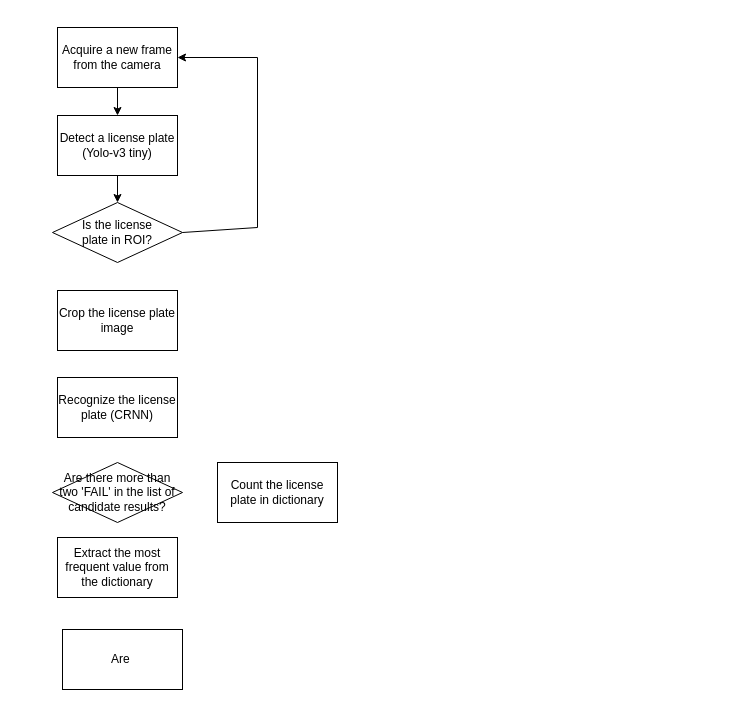
The draw.io diagram Untitled Diagram.drawio in angelkim88/just_test, before the edit. Source tidied: cells renumbered, new cells numbered last; positions are measured from the earlier drawing's top-left corner, leaving out a move shared by most shapes. Both pictures are drawn from the tidied source at 100%, with x=0, y=0 at pixel (52, 27).
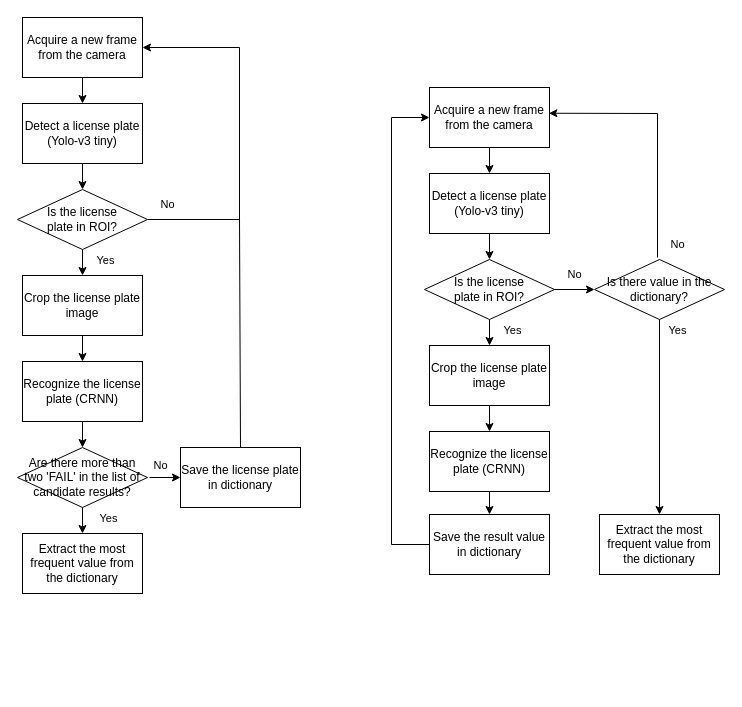
After the change.

What changed in the source:
```diff
@@
     <mxCell id="2" value="Acquire a new frame from the camera" style="rounded=0;whiteSpace=wrap;html=1;flipH=0;flipV=1;" parent="1" vertex="1">
-      <mxGeometry x="5" width="120" height="60" as="geometry" />
+      <mxGeometry x="-30" y="-10" width="120" height="60" as="geometry" />
     </mxCell>
     <mxCell id="3" value="Detect a license plate&lt;br&gt;(Yolo-v3 tiny)" style="rounded=0;whiteSpace=wrap;html=1;flipH=0;flipV=1;" parent="1" vertex="1">
-      <mxGeometry x="5" y="88" width="120" height="60" as="geometry" />
+      <mxGeometry x="-30" y="76" width="120" height="60" as="geometry" />
     </mxCell>
     <mxCell id="4" value="Is the license&lt;br&gt;plate in ROI?" style="rhombus;whiteSpace=wrap;html=1;flipH=0;flipV=1;" parent="1" vertex="1">
-      <mxGeometry y="175" width="130" height="60" as="geometry" />
+      <mxGeometry x="-35" y="162" width="130" height="60" as="geometry" />
     </mxCell>
     <mxCell id="5" value="Crop the license plate&lt;br&gt;image" style="rounded=0;whiteSpace=wrap;html=1;flipH=0;flipV=1;" parent="1" vertex="1">
-      <mxGeometry x="5" y="263" width="120" height="60" as="geometry" />
+      <mxGeometry x="-30" y="248" width="120" height="60" as="geometry" />
     </mxCell>
     <mxCell id="6" value="Recognize the license plate (CRNN)" style="rounded=0;whiteSpace=wrap;html=1;flipH=0;flipV=1;" parent="1" vertex="1">
-      <mxGeometry x="5" y="350" width="120" height="60" as="geometry" />
+      <mxGeometry x="-30" y="334" width="120" height="60" as="geometry" />
     </mxCell>
-    <mxCell id="7" style="endArrow=classic;html=1;rounded=0;fontSize=11;exitX=0.5;exitY=1;exitDx=0;exitDy=0;" parent="1" edge="1" source="2" target="3">
-      <mxGeometry relative="1" as="geometry" />
-    </mxCell>
-    <mxCell id="8" style="endArrow=classic;html=1;rounded=0;fontSize=11;entryX=0.5;entryY=0;entryDx=0;entryDy=0;" parent="1" edge="1" source="3" target="4">
-      <mxGeometry relative="1" as="geometry" />
-    </mxCell>
-    <mxCell id="9" style="endArrow=classic;html=1;rounded=0;fontSize=11;exitX=1;exitY=0.5;exitDx=0;exitDy=0;entryX=1;entryY=0.5;entryDx=0;entryDy=0;" parent="1" edge="1" source="4" target="2">
-      <mxGeometry relative="1" as="geometry">
-        <Array as="points">
-          <mxPoint x="205" y="200" />
-          <mxPoint x="205" y="30" />
-        </Array>
-      </mxGeometry>
-    </mxCell>
-    <mxCell id="10" value="Are&amp;nbsp;" style="rounded=0;whiteSpace=wrap;html=1;flipH=0;flipV=1;" parent="1" vertex="1">
-      <mxGeometry x="10" y="602" width="120" height="60" as="geometry" />
-    </mxCell>
-    <mxCell id="11" value="Are there more than two 'FAIL' in the list of candidate results?" style="rhombus;whiteSpace=wrap;html=1;flipH=0;flipV=1;" parent="1" vertex="1">
-      <mxGeometry y="435" width="130" height="60" as="geometry" />
+    <mxCell id="11" value="Are there more than two 'FAIL' in the list of candidate results?" style="rhombus;whiteSpace=wrap;html=1;flipH=1;flipV=1;" parent="1" vertex="1">
+      <mxGeometry x="-35" y="420" width="130" height="60" as="geometry" />
     </mxCell>
-    <mxCell id="12" value="Count the license plate in dictionary" style="rounded=0;whiteSpace=wrap;html=1;flipH=0;flipV=1;" parent="1" vertex="1">
-      <mxGeometry x="165" y="435" width="120" height="60" as="geometry" />
+    <mxCell id="12" value="Save the license plate in dictionary" style="rounded=0;whiteSpace=wrap;html=1;flipH=1;flipV=0;" parent="1" vertex="1">
+      <mxGeometry x="128" y="420" width="120" height="60" as="geometry" />
     </mxCell>
     <mxCell id="13" value="Extract the most frequent value from the dictionary" style="rounded=0;whiteSpace=wrap;html=1;flipH=0;flipV=1;" parent="1" vertex="1">
-      <mxGeometry x="5" y="510" width="120" height="60" as="geometry" />
+      <mxGeometry x="-30" y="506" width="120" height="60" as="geometry" />
     </mxCell>
+    <mxCell id="14" style="endArrow=none;html=1;rounded=0;fontSize=11;exitX=0.5;exitY=0;exitDx=0;exitDy=0;" parent="1" edge="1" source="12">
+      <mxGeometry relative="1" as="geometry">
+        <mxPoint x="187" y="190" as="targetPoint" />
+      </mxGeometry>
+    </mxCell>
+    <mxCell id="15" value="No" style="text;html=1;align=center;verticalAlign=middle;strokeColor=none;fillColor=none;fontSize=11;" parent="1" vertex="1">
+      <mxGeometry x="95" y="162" width="40" height="30" as="geometry" />
+    </mxCell>
+    <mxCell id="16" value="Yes" style="text;html=1;align=center;verticalAlign=middle;strokeColor=none;fillColor=none;fontSize=11;" parent="1" vertex="1">
+      <mxGeometry x="36" y="476" width="40" height="30" as="geometry" />
+    </mxCell>
+    <mxCell id="7" style="endArrow=classic;html=1;rounded=0;fontSize=11;exitX=0.5;exitY=1;exitDx=0;exitDy=0;" parent="1" edge="1" source="2" target="3">
+      <mxGeometry relative="1" as="geometry" />
+    </mxCell>
+    <mxCell id="8" style="endArrow=classic;html=1;rounded=0;fontSize=11;exitX=0.5;exitY=1;exitDx=0;exitDy=0;" parent="1" edge="1" source="3" target="4">
+      <mxGeometry relative="1" as="geometry" />
+    </mxCell>
+    <mxCell id="17" style="endArrow=classic;html=1;rounded=0;fontSize=11;exitX=0.5;exitY=1;exitDx=0;exitDy=0;" parent="1" edge="1" source="4" target="5">
+      <mxGeometry relative="1" as="geometry" />
+    </mxCell>
+    <mxCell id="18" style="endArrow=classic;html=1;rounded=0;fontSize=11;exitX=0.5;exitY=1;exitDx=0;exitDy=0;" parent="1" edge="1" source="5" target="6">
+      <mxGeometry relative="1" as="geometry" />
+    </mxCell>
+    <mxCell id="19" style="endArrow=classic;html=1;rounded=0;fontSize=11;exitX=0.5;exitY=1;exitDx=0;exitDy=0;" parent="1" edge="1" source="6" target="11">
+      <mxGeometry relative="1" as="geometry" />
+    </mxCell>
+    <mxCell id="20" style="endArrow=classic;html=1;rounded=0;fontSize=11;exitX=0.5;exitY=1;exitDx=0;exitDy=0;" parent="1" edge="1" source="11" target="13">
+      <mxGeometry relative="1" as="geometry" />
+    </mxCell>
+    <mxCell id="21" style="endArrow=classic;html=1;rounded=0;fontSize=11;entryX=0;entryY=0.5;entryDx=0;entryDy=0;" parent="1" edge="1" target="12">
+      <mxGeometry relative="1" as="geometry">
+        <mxPoint x="97" y="450" as="sourcePoint" />
+      </mxGeometry>
+    </mxCell>
+    <mxCell id="9" style="endArrow=classic;html=1;rounded=0;fontSize=11;exitX=1;exitY=0.5;exitDx=0;exitDy=0;entryX=1;entryY=0.5;entryDx=0;entryDy=0;" parent="1" edge="1" source="4" target="2">
+      <mxGeometry relative="1" as="geometry">
+        <Array as="points">
+          <mxPoint x="187" y="192" />
+          <mxPoint x="187" y="20" />
+        </Array>
+      </mxGeometry>
+    </mxCell>
+    <mxCell id="22" value="No" style="text;html=1;align=center;verticalAlign=middle;strokeColor=none;fillColor=none;fontSize=11;" parent="1" vertex="1">
+      <mxGeometry x="88" y="423" width="40" height="30" as="geometry" />
+    </mxCell>
+    <mxCell id="23" value="Yes" style="text;html=1;align=center;verticalAlign=middle;strokeColor=none;fillColor=none;fontSize=11;" parent="1" vertex="1">
+      <mxGeometry x="33" y="218" width="40" height="30" as="geometry" />
+    </mxCell>
+    <mxCell id="24" value="Acquire a new frame from the camera" style="rounded=0;whiteSpace=wrap;html=1;flipH=0;flipV=1;" parent="1" vertex="1">
+      <mxGeometry x="377" y="60" width="120" height="60" as="geometry" />
+    </mxCell>
+    <mxCell id="25" value="Detect a license plate&lt;br&gt;(Yolo-v3 tiny)" style="rounded=0;whiteSpace=wrap;html=1;flipH=0;flipV=1;" parent="1" vertex="1">
+      <mxGeometry x="377" y="146" width="120" height="60" as="geometry" />
+    </mxCell>
+    <mxCell id="26" value="Is the license&lt;br&gt;plate in ROI?" style="rhombus;whiteSpace=wrap;html=1;flipH=0;flipV=1;" parent="1" vertex="1">
+      <mxGeometry x="372" y="232" width="130" height="60" as="geometry" />
+    </mxCell>
+    <mxCell id="27" value="Crop the license plate&lt;br&gt;image" style="rounded=0;whiteSpace=wrap;html=1;flipH=0;flipV=1;" parent="1" vertex="1">
+      <mxGeometry x="377" y="318" width="120" height="60" as="geometry" />
+    </mxCell>
+    <mxCell id="28" value="Recognize the license plate (CRNN)" style="rounded=0;whiteSpace=wrap;html=1;flipH=0;flipV=1;" parent="1" vertex="1">
+      <mxGeometry x="377" y="404" width="120" height="60" as="geometry" />
+    </mxCell>
+    <mxCell id="29" value="Extract the most frequent value from the dictionary" style="rounded=0;whiteSpace=wrap;html=1;flipH=0;flipV=1;" parent="1" vertex="1">
+      <mxGeometry x="547" y="487" width="120" height="60" as="geometry" />
+    </mxCell>
+    <mxCell id="30" value="No" style="text;html=1;align=center;verticalAlign=middle;strokeColor=none;fillColor=none;fontSize=11;" parent="1" vertex="1">
+      <mxGeometry x="502" y="232" width="40" height="30" as="geometry" />
+    </mxCell>
+    <mxCell id="31" style="endArrow=classic;html=1;rounded=0;fontSize=11;exitX=0.5;exitY=1;exitDx=0;exitDy=0;" parent="1" edge="1" source="24" target="25">
+      <mxGeometry relative="1" as="geometry" />
+    </mxCell>
+    <mxCell id="32" style="endArrow=classic;html=1;rounded=0;fontSize=11;exitX=0.5;exitY=1;exitDx=0;exitDy=0;" parent="1" edge="1" source="25" target="26">
+      <mxGeometry relative="1" as="geometry" />
+    </mxCell>
+    <mxCell id="33" style="endArrow=classic;html=1;rounded=0;fontSize=11;exitX=0.5;exitY=1;exitDx=0;exitDy=0;" parent="1" edge="1" source="26" target="27">
+      <mxGeometry relative="1" as="geometry" />
+    </mxCell>
+    <mxCell id="34" style="endArrow=classic;html=1;rounded=0;fontSize=11;exitX=0.5;exitY=1;exitDx=0;exitDy=0;" parent="1" edge="1" source="27" target="28">
+      <mxGeometry relative="1" as="geometry" />
+    </mxCell>
+    <mxCell id="35" style="endArrow=classic;html=1;rounded=0;fontSize=11;exitX=0.5;exitY=1;exitDx=0;exitDy=0;" parent="1" edge="1" source="28" target="37">
+      <mxGeometry relative="1" as="geometry" />
+    </mxCell>
+    <mxCell id="36" value="Yes" style="text;html=1;align=center;verticalAlign=middle;strokeColor=none;fillColor=none;fontSize=11;" parent="1" vertex="1">
+      <mxGeometry x="440" y="288" width="40" height="30" as="geometry" />
+    </mxCell>
+    <mxCell id="37" value="Save the result value in dictionary" style="rounded=0;whiteSpace=wrap;html=1;flipH=1;flipV=0;" parent="1" vertex="1">
+      <mxGeometry x="377" y="487" width="120" height="60" as="geometry" />
+    </mxCell>
+    <mxCell id="38" style="endArrow=classic;html=1;rounded=0;fontSize=11;exitX=0;exitY=0.5;exitDx=0;exitDy=0;entryX=0;entryY=0.5;entryDx=0;entryDy=0;" parent="1" edge="1" source="37" target="24">
+      <mxGeometry relative="1" as="geometry">
+        <Array as="points">
+          <mxPoint x="339" y="517" />
+          <mxPoint x="339" y="90" />
+        </Array>
+      </mxGeometry>
+    </mxCell>
+    <mxCell id="39" value="Is there value in the dictionary?" style="rhombus;whiteSpace=wrap;html=1;flipH=0;flipV=1;" parent="1" vertex="1">
+      <mxGeometry x="542" y="232" width="130" height="60" as="geometry" />
+    </mxCell>
+    <mxCell id="40" style="endArrow=classic;html=1;rounded=0;fontSize=11;exitX=1;exitY=0.5;exitDx=0;exitDy=0;entryX=0;entryY=0.5;entryDx=0;entryDy=0;" parent="1" edge="1" source="26" target="39">
+      <mxGeometry relative="1" as="geometry" />
+    </mxCell>
+    <mxCell id="41" style="endArrow=classic;html=1;rounded=0;fontSize=11;entryX=0.995;entryY=0.571;entryDx=0;entryDy=0;entryPerimeter=0;" parent="1" edge="1" target="24">
+      <mxGeometry relative="1" as="geometry">
+        <mxPoint x="605" y="230" as="sourcePoint" />
+        <Array as="points">
+          <mxPoint x="605" y="86" />
+        </Array>
+      </mxGeometry>
+    </mxCell>
+    <mxCell id="42" value="No" style="text;html=1;align=center;verticalAlign=middle;strokeColor=none;fillColor=none;fontSize=11;" parent="1" vertex="1">
+      <mxGeometry x="605" y="202" width="40" height="30" as="geometry" />
+    </mxCell>
+    <mxCell id="43" value="Yes" style="text;html=1;align=center;verticalAlign=middle;strokeColor=none;fillColor=none;fontSize=11;" parent="1" vertex="1">
+      <mxGeometry x="605" y="288" width="40" height="30" as="geometry" />
+    </mxCell>
+    <mxCell id="44" style="endArrow=classic;html=1;rounded=0;fontSize=11;entryX=0.5;entryY=0;entryDx=0;entryDy=0;exitX=0.5;exitY=1;exitDx=0;exitDy=0;" parent="1" edge="1" source="39" target="29">
+      <mxGeometry relative="1" as="geometry" />
+    </mxCell>
```
